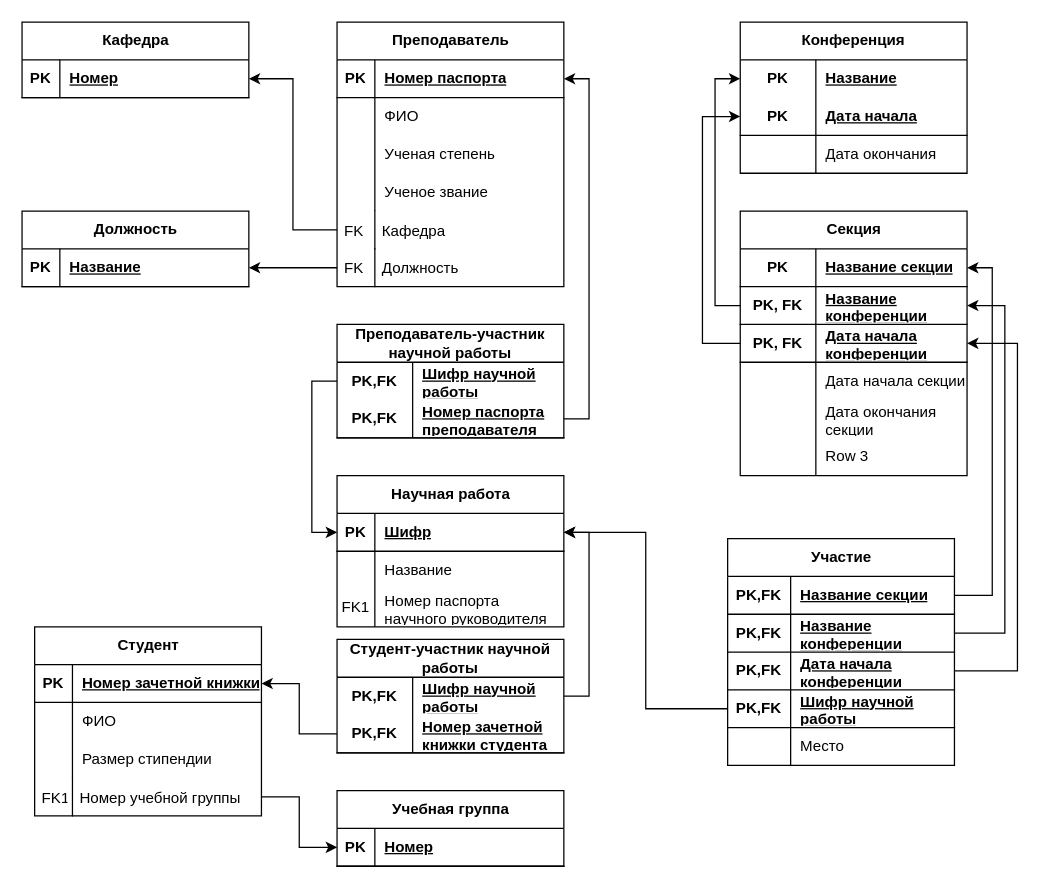
Earlier version of the draw.io diagram Untitled Diagram.drawio (RUSEB/draw.io). Source tidied: cells renumbered, new cells numbered last; positions are measured from the earlier drawing's top-left corner, leaving out a move shared by most shapes. Both pictures are drawn from the tidied source at 126%, with x=0, y=0 at pixel (21, 21).
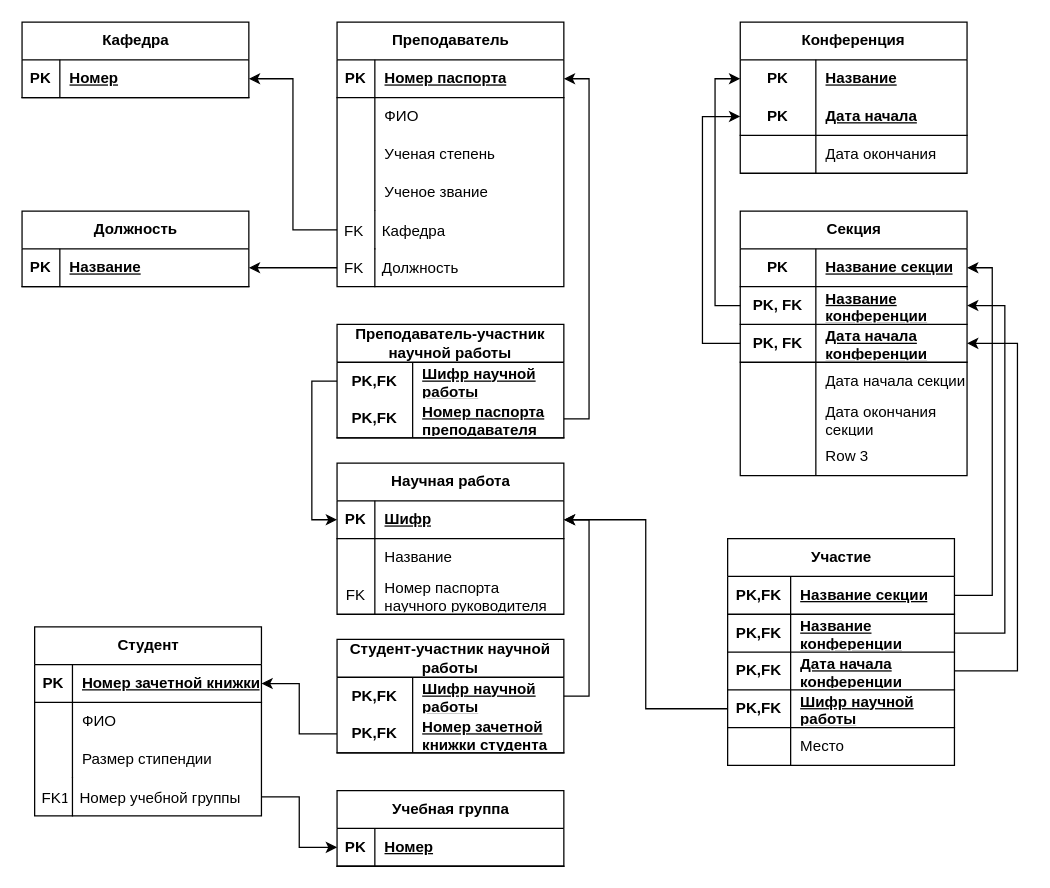
After the change.

The change refers to these unchanged cells:
```xml
<mxCell id="84" style="shape=tableRow;horizontal=0;startSize=0;swimlaneHead=0;swimlaneBody=0;fillColor=none;top=0;left=0;right=0;bottom=0;" parent="77" vertex="1">
  <mxGeometry y="90" width="180" height="30" as="geometry" />
</mxCell>
```

Diff of the diagram source:
```diff
@@
     <mxCell id="77" value="Научная работа" style="shape=table;startSize=30;childLayout=tableLayout;rowLines=0;fontStyle=1;align=center;html=1;" parent="1" vertex="1">
-      <mxGeometry x="250" y="360" width="180" height="120" as="geometry" />
+      <mxGeometry x="250" y="350" width="180" height="120" as="geometry" />
     </mxCell>
@@
-    <mxCell id="85" value="FK1" style="shape=partialRectangle;fillColor=none;top=0;left=0;bottom=0;right=0;fontStyle=0;overflow=hidden;whiteSpace=wrap;html=1;" parent="84" vertex="1">
+    <mxCell id="85" value="FK" style="shape=partialRectangle;fillColor=none;top=0;left=0;bottom=0;right=0;fontStyle=0;overflow=hidden;whiteSpace=wrap;html=1;" parent="84" vertex="1">
       <mxGeometry width="30" height="30" as="geometry" />
     </mxCell>
```
